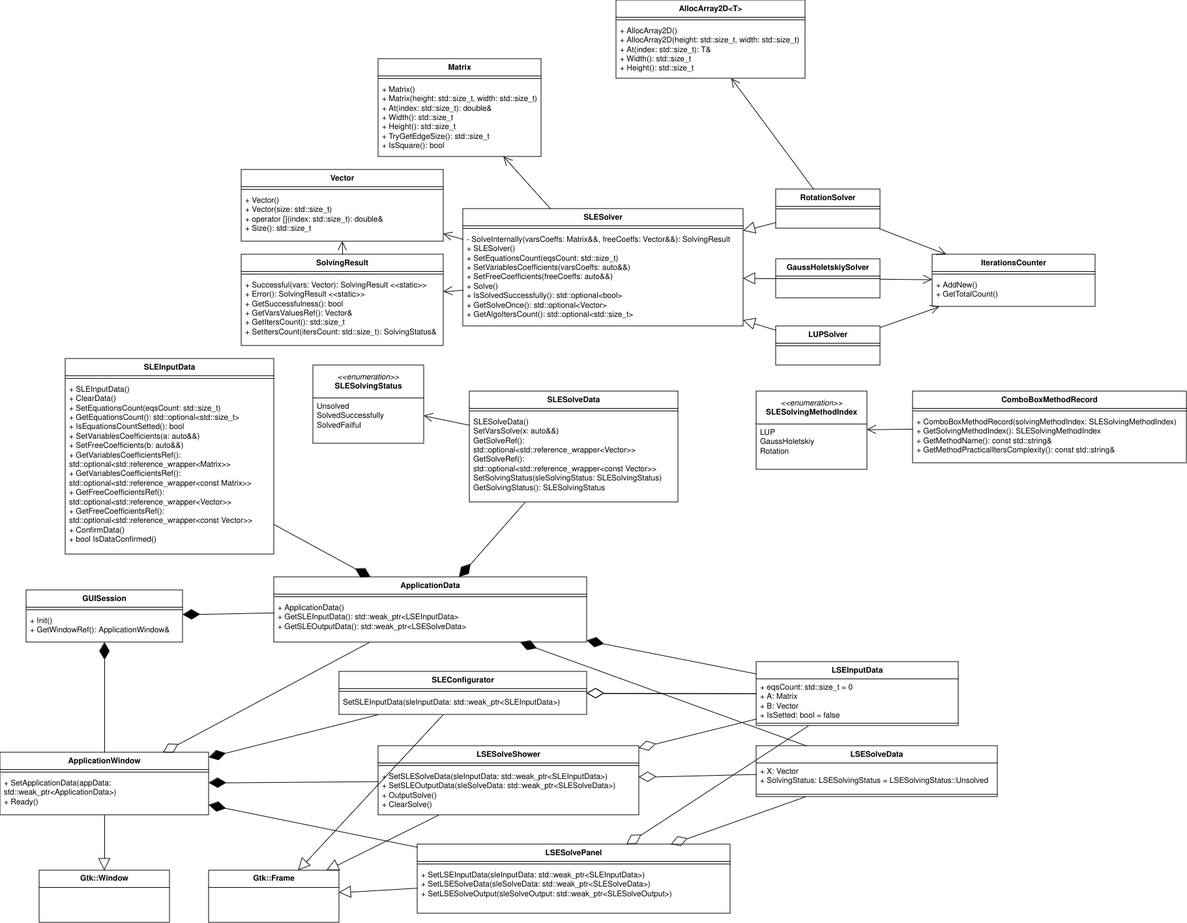
Earlier version of the draw.io export Documents/4 ОПИС ПРОГРАМНОГО ЗАБЕЗПЕЧЕННЯ/4-ClassDiagram.png (adamenko-arsen/SLE-Accurate-Solver). Source tidied: cells renumbered, new cells last; positions are measured from the earlier drawing's top-left corner, leaving out a move shared by most shapes.
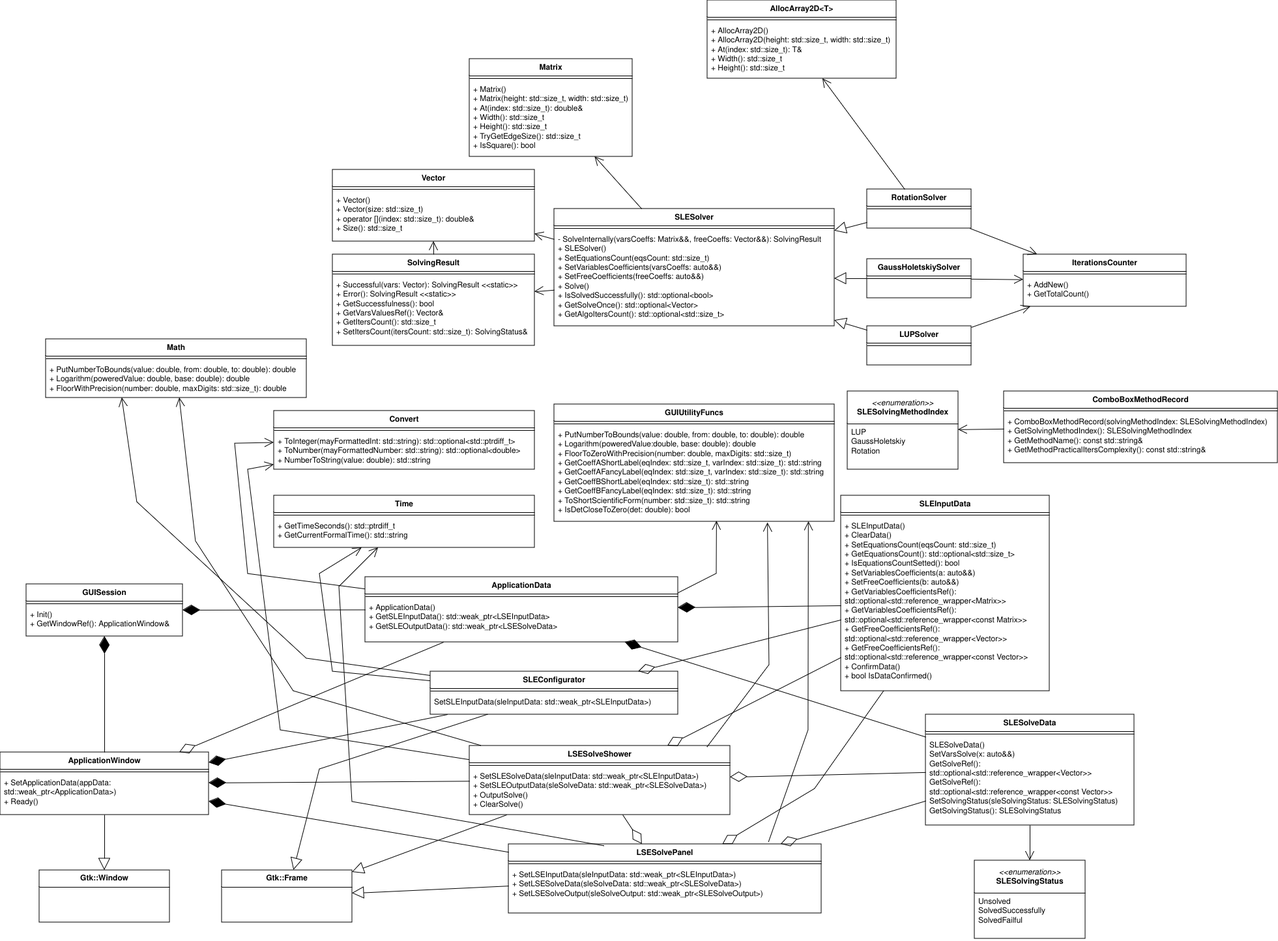
The same diagram one commit later.

Change to the diagram source:
```diff
@@ -99,7 +99,7 @@
       <mxGeometry relative="1" as="geometry" />
     </mxCell>
     <mxCell id="34" value="GUISession" style="swimlane;fontStyle=1;align=center;verticalAlign=top;horizontal=1;startSize=26;whiteSpace=wrap;html=1;" parent="1" vertex="1">
-      <mxGeometry x="40" y="905" width="240" height="80" as="geometry" />
+      <mxGeometry x="-100" y="896" width="240" height="80" as="geometry" />
     </mxCell>
     <mxCell id="35" style="line;strokeWidth=1;fillColor=none;align=left;verticalAlign=middle;spacingTop=-1;spacingLeft=3;spacingRight=3;labelPosition=right;strokeColor=inherit;" parent="34" vertex="1">
       <mxGeometry y="26" width="240" height="8" as="geometry" />
@@ -107,24 +107,6 @@
     <mxCell id="36" value="&lt;div&gt;+ Init()&lt;/div&gt;&lt;div&gt;+ GetWindowRef(): ApplicationWindow&amp;amp;&lt;br&gt;&lt;/div&gt;" style="text;strokeColor=none;fillColor=none;align=left;verticalAlign=top;spacingLeft=4;spacingRight=4;overflow=hidden;whiteSpace=wrap;html=1;" parent="34" vertex="1">
       <mxGeometry y="34" width="240" height="46" as="geometry" />
     </mxCell>
-    <mxCell id="37" value="LSEInputData" style="swimlane;fontStyle=1;align=center;verticalAlign=top;horizontal=1;startSize=26;whiteSpace=wrap;html=1;" parent="1" vertex="1">
-      <mxGeometry x="1160" y="1015" width="310" height="98" as="geometry" />
-    </mxCell>
-    <mxCell id="38" value="&lt;div&gt;+ eqsCount:&amp;nbsp;std::size_t = 0&lt;/div&gt;&lt;div&gt;+ A: Matrix&lt;/div&gt;&lt;div&gt;+ B: Vector&lt;/div&gt;&lt;div&gt;+ IsSetted: bool = false&lt;br&gt;&lt;/div&gt;" style="text;strokeColor=none;fillColor=none;align=left;verticalAlign=top;spacingLeft=4;spacingRight=4;overflow=hidden;whiteSpace=wrap;html=1;" parent="37" vertex="1">
-      <mxGeometry y="26" width="310" height="64" as="geometry" />
-    </mxCell>
-    <mxCell id="39" style="line;strokeWidth=1;fillColor=none;align=left;verticalAlign=middle;spacingTop=-1;spacingLeft=3;spacingRight=3;labelPosition=right;strokeColor=inherit;" parent="37" vertex="1">
-      <mxGeometry y="90" width="310" height="8" as="geometry" />
-    </mxCell>
-    <mxCell id="40" value="LSESolveData" style="swimlane;fontStyle=1;align=center;verticalAlign=top;horizontal=1;startSize=26;whiteSpace=wrap;html=1;" parent="1" vertex="1">
-      <mxGeometry x="1160" y="1144" width="370" height="78" as="geometry" />
-    </mxCell>
-    <mxCell id="41" value="&lt;div&gt;+ X: Vector&lt;/div&gt;&lt;div&gt;+ SolvingStatus: LSESolvingStatus = LSESolvingStatus::Unsolved&lt;/div&gt;" style="text;strokeColor=none;fillColor=none;align=left;verticalAlign=top;spacingLeft=4;spacingRight=4;overflow=hidden;whiteSpace=wrap;html=1;" parent="40" vertex="1">
-      <mxGeometry y="26" width="370" height="44" as="geometry" />
-    </mxCell>
-    <mxCell id="42" style="line;strokeWidth=1;fillColor=none;align=left;verticalAlign=middle;spacingTop=-1;spacingLeft=3;spacingRight=3;labelPosition=right;strokeColor=inherit;" parent="40" vertex="1">
-      <mxGeometry y="70" width="370" height="8" as="geometry" />
-    </mxCell>
     <mxCell id="43" value="ApplicationData" style="swimlane;fontStyle=1;align=center;verticalAlign=top;horizontal=1;startSize=26;whiteSpace=wrap;html=1;" parent="1" vertex="1">
       <mxGeometry x="420" y="885" width="480" height="100" as="geometry" />
     </mxCell>
@@ -162,7 +144,7 @@
       <mxGeometry y="34" width="480" height="72" as="geometry" />
     </mxCell>
     <mxCell id="55" value="ApplicationWindow" style="swimlane;fontStyle=1;align=center;verticalAlign=top;horizontal=1;startSize=26;whiteSpace=wrap;html=1;" parent="1" vertex="1">
-      <mxGeometry y="1154" width="320" height="96" as="geometry" />
+      <mxGeometry x="-140" y="1154" width="320" height="96" as="geometry" />
     </mxCell>
     <mxCell id="56" style="line;strokeWidth=1;fillColor=none;align=left;verticalAlign=middle;spacingTop=-1;spacingLeft=3;spacingRight=3;labelPosition=right;strokeColor=inherit;" parent="55" vertex="1">
       <mxGeometry y="26" width="320" height="8" as="geometry" />
@@ -171,10 +153,10 @@
       <mxGeometry y="34" width="320" height="62" as="geometry" />
     </mxCell>
     <mxCell id="58" value="&lt;b&gt;Gtk::Frame&lt;/b&gt;" style="swimlane;fontStyle=0;horizontal=1;startSize=26;fillColor=none;whiteSpace=wrap;html=1;" parent="1" vertex="1">
-      <mxGeometry x="320" y="1335" width="200" height="80" as="geometry" />
+      <mxGeometry x="200" y="1335" width="200" height="80" as="geometry" />
     </mxCell>
     <mxCell id="59" value="&lt;b&gt;Gtk::Window&lt;/b&gt;" style="swimlane;fontStyle=0;horizontal=1;startSize=26;fillColor=none;whiteSpace=wrap;html=1;" parent="1" vertex="1">
-      <mxGeometry x="60" y="1335" width="200" height="80" as="geometry" />
+      <mxGeometry x="-80" y="1335" width="200" height="80" as="geometry" />
     </mxCell>
     <mxCell id="60" style="endArrow=diamondThin;endFill=1;endSize=24;html=1;rounded=0;" parent="1" edge="1" source="46" target="55">
       <mxGeometry relative="1" as="geometry" />
@@ -195,35 +177,15 @@
       <mxGeometry relative="1" as="geometry" />
     </mxCell>
     <mxCell id="66" style="endArrow=block;endSize=16;endFill=0;html=1;rounded=0;" parent="1" edge="1" source="46" target="58">
-      <mxGeometry relative="1" as="geometry" />
+      <mxGeometry relative="1" as="geometry">
+        <Array as="points">
+          <mxPoint x="350" y="1180" />
+        </Array>
+      </mxGeometry>
     </mxCell>
     <mxCell id="67" style="endArrow=diamondThin;endFill=0;endSize=24;html=1;rounded=0;" parent="1" edge="1" source="43" target="55">
       <mxGeometry relative="1" as="geometry" />
     </mxCell>
-    <mxCell id="68" style="endArrow=diamondThin;endFill=1;endSize=24;html=1;rounded=0;" parent="1" edge="1" source="37" target="43">
-      <mxGeometry relative="1" as="geometry" />
-    </mxCell>
-    <mxCell id="69" style="endArrow=diamondThin;endFill=1;endSize=24;html=1;rounded=0;" parent="1" edge="1" source="40" target="43">
-      <mxGeometry relative="1" as="geometry" />
-    </mxCell>
-    <mxCell id="70" style="endArrow=diamondThin;endFill=0;endSize=24;html=1;rounded=0;" parent="1" edge="1" source="37" target="46">
-      <mxGeometry relative="1" as="geometry" />
-    </mxCell>
-    <mxCell id="71" style="endArrow=diamondThin;endFill=0;endSize=24;html=1;rounded=0;" parent="1" edge="1" source="40" target="49">
-      <mxGeometry relative="1" as="geometry" />
-    </mxCell>
-    <mxCell id="72" style="endArrow=diamondThin;endFill=0;endSize=24;html=1;rounded=0;" parent="1" edge="1" source="37" target="46">
-      <mxGeometry relative="1" as="geometry" />
-    </mxCell>
-    <mxCell id="73" style="endArrow=diamondThin;endFill=0;endSize=24;html=1;rounded=0;" parent="1" edge="1" source="40" target="52">
-      <mxGeometry relative="1" as="geometry" />
-    </mxCell>
-    <mxCell id="74" style="endArrow=diamondThin;endFill=0;endSize=24;html=1;rounded=0;" parent="1" edge="1" source="37" target="49">
-      <mxGeometry relative="1" as="geometry" />
-    </mxCell>
-    <mxCell id="75" style="endArrow=diamondThin;endFill=0;endSize=24;html=1;rounded=0;" parent="1" edge="1" source="37" target="52">
-      <mxGeometry relative="1" as="geometry" />
-    </mxCell>
     <mxCell id="76" style="endArrow=diamondThin;endFill=1;endSize=24;html=1;rounded=0;" parent="1" edge="1" source="43" target="34">
       <mxGeometry relative="1" as="geometry" />
     </mxCell>
@@ -267,7 +229,7 @@
       <mxGeometry relative="1" as="geometry" />
     </mxCell>
     <mxCell id="90" value="SLEInputData" style="swimlane;fontStyle=1;align=center;verticalAlign=top;horizontal=1;startSize=26;whiteSpace=wrap;html=1;" parent="1" vertex="1">
-      <mxGeometry x="100" y="550" width="320" height="300" as="geometry" />
+      <mxGeometry x="1150" y="760" width="320" height="300" as="geometry" />
     </mxCell>
     <mxCell id="91" style="line;strokeWidth=1;fillColor=none;align=left;verticalAlign=middle;spacingTop=-1;spacingLeft=3;spacingRight=3;labelPosition=right;strokeColor=inherit;" parent="90" vertex="1">
       <mxGeometry y="26" width="320" height="8" as="geometry" />
@@ -279,13 +241,13 @@
       <mxGeometry relative="1" as="geometry" />
     </mxCell>
     <mxCell id="94" value="&lt;div&gt;&lt;i&gt;&amp;lt;&amp;lt;enumeration&amp;gt;&amp;gt;&lt;/i&gt;&lt;br&gt;&lt;/div&gt;&lt;div&gt;&lt;b&gt;SLESolvingStatus&lt;/b&gt;&lt;/div&gt;" style="swimlane;fontStyle=0;horizontal=1;startSize=50;fillColor=none;whiteSpace=wrap;html=1;" parent="1" vertex="1">
-      <mxGeometry x="480" y="560" width="170" height="120" as="geometry" />
+      <mxGeometry x="1355" y="1320" width="170" height="120" as="geometry" />
     </mxCell>
     <mxCell id="95" value="&lt;div&gt;Unsolved&lt;/div&gt;&lt;div&gt;SolvedSuccessfully&lt;/div&gt;&lt;div&gt;SolvedFailful&lt;br&gt;&lt;/div&gt;" style="text;strokeColor=none;fillColor=none;align=left;verticalAlign=top;spacingLeft=4;spacingRight=4;overflow=hidden;whiteSpace=wrap;html=1;" parent="94" vertex="1">
       <mxGeometry y="50" width="170" height="70" as="geometry" />
     </mxCell>
     <mxCell id="96" value="SLESolveData" style="swimlane;fontStyle=1;align=center;verticalAlign=top;horizontal=1;startSize=26;whiteSpace=wrap;html=1;" parent="1" vertex="1">
-      <mxGeometry x="720" y="600" width="320" height="170" as="geometry" />
+      <mxGeometry x="1280" y="1096" width="320" height="170" as="geometry" />
     </mxCell>
     <mxCell id="97" style="line;strokeWidth=1;fillColor=none;align=left;verticalAlign=middle;spacingTop=-1;spacingLeft=3;spacingRight=3;labelPosition=right;strokeColor=inherit;" parent="96" vertex="1">
       <mxGeometry y="26" width="320" height="8" as="geometry" />
@@ -299,5 +261,132 @@
     <mxCell id="100" style="endArrow=open;endFill=1;endSize=12;html=1;rounded=0;" parent="1" edge="1" source="96" target="94">
       <mxGeometry relative="1" as="geometry" />
     </mxCell>
+    <mxCell id="101" style="endArrow=diamondThin;endFill=0;endSize=24;html=1;rounded=0;" parent="1" edge="1" source="96" target="52">
+      <mxGeometry relative="1" as="geometry" />
+    </mxCell>
+    <mxCell id="102" style="endArrow=diamondThin;endFill=0;endSize=24;html=1;rounded=0;" parent="1" edge="1" source="96" target="49">
+      <mxGeometry relative="1" as="geometry" />
+    </mxCell>
+    <mxCell id="103" style="endArrow=diamondThin;endFill=0;endSize=24;html=1;rounded=0;" parent="1" edge="1" source="49" target="52">
+      <mxGeometry relative="1" as="geometry" />
+    </mxCell>
+    <mxCell id="104" style="endArrow=diamondThin;endFill=0;endSize=24;html=1;rounded=0;" parent="1" edge="1" source="90" target="46">
+      <mxGeometry relative="1" as="geometry" />
+    </mxCell>
+    <mxCell id="105" style="endArrow=diamondThin;endFill=0;endSize=24;html=1;rounded=0;" parent="1" edge="1" source="92" target="49">
+      <mxGeometry relative="1" as="geometry" />
+    </mxCell>
+    <mxCell id="106" style="endArrow=diamondThin;endFill=0;endSize=24;html=1;rounded=0;" parent="1" edge="1" source="92" target="52">
+      <mxGeometry relative="1" as="geometry">
+        <Array as="points">
+          <mxPoint x="1110" y="1210" />
+        </Array>
+      </mxGeometry>
+    </mxCell>
+    <mxCell id="107" value="GUIUtilityFuncs" style="swimlane;fontStyle=1;align=center;verticalAlign=top;horizontal=1;startSize=26;whiteSpace=wrap;html=1;" parent="1" vertex="1">
+      <mxGeometry x="710" y="620" width="430" height="180" as="geometry" />
+    </mxCell>
+    <mxCell id="108" style="line;strokeWidth=1;fillColor=none;align=left;verticalAlign=middle;spacingTop=-1;spacingLeft=3;spacingRight=3;labelPosition=right;strokeColor=inherit;" parent="107" vertex="1">
+      <mxGeometry y="26" width="430" height="8" as="geometry" />
+    </mxCell>
+    <mxCell id="109" value="+ PutNumberToBounds(value: double, from: double, to: double): double&lt;div&gt;+ Logarithm(poweredValue:double, base: double): double&lt;/div&gt;&lt;div&gt;+ FloorToZeroWithPrecision(number: double, maxDigits: std::size_t)&lt;/div&gt;&lt;div&gt;+ GetCoeffAShortLabel(eqIndex: std::size_t, varIndex: std::size_t): std::string&lt;/div&gt;&lt;div&gt;+ GetCoeffAFancyLabel(eqIndex: std::size_t,&amp;nbsp;varIndex: std::size_t): std::string&lt;/div&gt;&lt;div&gt;&lt;div&gt;+ GetCoeffBShortLabel(eqIndex: std::size_t): std::string&lt;/div&gt;&lt;div&gt;+ GetCoeffBFancyLabel(eqIndex: std::size_t): std::string&lt;/div&gt;&lt;div&gt;+ ToShortScientificForm(number: std::size_t): std::string&lt;/div&gt;&lt;div&gt;+ IsDetCloseToZero(det: double): bool&lt;/div&gt;&lt;/div&gt;" style="text;strokeColor=none;fillColor=none;align=left;verticalAlign=top;spacingLeft=4;spacingRight=4;overflow=hidden;points=[[0,0.5],[1,0.5]];portConstraint=eastwest;whiteSpace=wrap;html=1;" parent="107" vertex="1">
+      <mxGeometry y="34" width="430" height="146" as="geometry" />
+    </mxCell>
+    <mxCell id="110" style="endArrow=open;endFill=1;endSize=12;html=1;rounded=0;exitX=0.832;exitY=-0.03;exitDx=0;exitDy=0;exitPerimeter=0;entryX=0.908;entryY=1;entryDx=0;entryDy=0;entryPerimeter=0;" parent="1" edge="1" source="52" target="109">
+      <mxGeometry relative="1" as="geometry">
+        <Array as="points">
+          <mxPoint x="1100" y="1120" />
+        </Array>
+      </mxGeometry>
+    </mxCell>
+    <mxCell id="111" style="endArrow=open;endFill=1;endSize=12;html=1;rounded=0;exitX=0.912;exitY=0.022;exitDx=0;exitDy=0;exitPerimeter=0;entryX=0.762;entryY=1.012;entryDx=0;entryDy=0;entryPerimeter=0;" parent="1" edge="1" source="49" target="109">
+      <mxGeometry relative="1" as="geometry">
+        <Array as="points">
+          <mxPoint x="1040" y="1020" />
+        </Array>
+      </mxGeometry>
+    </mxCell>
+    <mxCell id="112" style="endArrow=open;endFill=1;endSize=12;html=1;rounded=0;exitX=1;exitY=0.25;exitDx=0;exitDy=0;entryX=0.58;entryY=0.994;entryDx=0;entryDy=0;entryPerimeter=0;" parent="1" edge="1" source="43" target="109">
+      <mxGeometry relative="1" as="geometry">
+        <Array as="points">
+          <mxPoint x="959" y="880" />
+        </Array>
+      </mxGeometry>
+    </mxCell>
+    <mxCell id="113" value="Convert" style="swimlane;fontStyle=1;align=center;verticalAlign=top;horizontal=1;startSize=26;whiteSpace=wrap;html=1;" parent="1" vertex="1">
+      <mxGeometry x="280" y="630" width="400" height="90" as="geometry" />
+    </mxCell>
+    <mxCell id="114" style="line;strokeWidth=1;fillColor=none;align=left;verticalAlign=middle;spacingTop=-1;spacingLeft=3;spacingRight=3;labelPosition=right;strokeColor=inherit;" parent="113" vertex="1">
+      <mxGeometry y="26" width="400" height="8" as="geometry" />
+    </mxCell>
+    <mxCell id="115" value="&lt;div&gt;+ ToInteger(mayFormattedInt: std::string): std::optional&amp;lt;std::ptrdiff_t&amp;gt;&lt;/div&gt;&lt;div&gt;+ ToNumber(mayFormattedNumber: std::string): std::optional&amp;lt;double&amp;gt;&lt;/div&gt;&lt;div&gt;+ NumberToString(value: double): std::string&lt;/div&gt;" style="text;strokeColor=none;fillColor=none;align=left;verticalAlign=top;spacingLeft=4;spacingRight=4;overflow=hidden;whiteSpace=wrap;html=1;" parent="113" vertex="1">
+      <mxGeometry y="34" width="400" height="56" as="geometry" />
+    </mxCell>
+    <mxCell id="116" value="Time" style="swimlane;fontStyle=1;align=center;verticalAlign=top;horizontal=1;startSize=26;whiteSpace=wrap;html=1;" parent="1" vertex="1">
+      <mxGeometry x="280" y="760" width="400" height="80" as="geometry" />
+    </mxCell>
+    <mxCell id="117" style="line;strokeWidth=1;fillColor=none;align=left;verticalAlign=middle;spacingTop=-1;spacingLeft=3;spacingRight=3;labelPosition=right;strokeColor=inherit;" parent="116" vertex="1">
+      <mxGeometry y="26" width="400" height="8" as="geometry" />
+    </mxCell>
+    <mxCell id="118" value="&lt;div&gt;+ GetTimeSeconds(): std::ptrdiff_t&lt;/div&gt;&lt;div&gt;+ GetCurrentFormalTime(): std::string&lt;/div&gt;" style="text;strokeColor=none;fillColor=none;align=left;verticalAlign=top;spacingLeft=4;spacingRight=4;overflow=hidden;whiteSpace=wrap;html=1;" parent="116" vertex="1">
+      <mxGeometry y="34" width="400" height="46" as="geometry" />
+    </mxCell>
+    <mxCell id="119" style="endArrow=open;endFill=1;endSize=12;html=1;rounded=0;" parent="1" edge="1" source="46" target="116">
+      <mxGeometry relative="1" as="geometry">
+        <Array as="points">
+          <mxPoint x="370" y="1030" />
+          <mxPoint x="350" y="880" />
+        </Array>
+      </mxGeometry>
+    </mxCell>
+    <mxCell id="120" style="endArrow=open;endFill=1;endSize=12;html=1;rounded=0;exitX=0.306;exitY=0.028;exitDx=0;exitDy=0;exitPerimeter=0;" parent="1" edge="1" source="52" target="116">
+      <mxGeometry relative="1" as="geometry">
+        <Array as="points">
+          <mxPoint x="400" y="1230" />
+          <mxPoint x="380" y="900" />
+        </Array>
+      </mxGeometry>
+    </mxCell>
+    <mxCell id="121" style="endArrow=open;endFill=1;endSize=12;html=1;rounded=0;" parent="1" edge="1" source="43" target="113">
+      <mxGeometry relative="1" as="geometry">
+        <Array as="points">
+          <mxPoint x="240" y="880" />
+          <mxPoint x="220" y="680" />
+        </Array>
+      </mxGeometry>
+    </mxCell>
+    <mxCell id="122" style="endArrow=open;endFill=1;endSize=12;html=1;rounded=0;" parent="1" edge="1" source="49" target="113">
+      <mxGeometry relative="1" as="geometry">
+        <Array as="points">
+          <mxPoint x="290" y="1120" />
+          <mxPoint x="240" y="720" />
+        </Array>
+      </mxGeometry>
+    </mxCell>
+    <mxCell id="123" value="Math" style="swimlane;fontStyle=1;align=center;verticalAlign=top;horizontal=1;startSize=26;whiteSpace=wrap;html=1;" parent="1" vertex="1">
+      <mxGeometry x="-70" y="520" width="400" height="90" as="geometry" />
+    </mxCell>
+    <mxCell id="124" style="line;strokeWidth=1;fillColor=none;align=left;verticalAlign=middle;spacingTop=-1;spacingLeft=3;spacingRight=3;labelPosition=right;strokeColor=inherit;" parent="123" vertex="1">
+      <mxGeometry y="26" width="400" height="8" as="geometry" />
+    </mxCell>
+    <mxCell id="125" value="&lt;div&gt;+ PutNumberToBounds(value: double, from: double, to: double): double&lt;/div&gt;&lt;div&gt;+ Logarithm(poweredValue: double, base: double): double&lt;/div&gt;&lt;div&gt;+ FloorWithPrecision(number: double, maxDigits: std::size_t): double&lt;br&gt;&lt;/div&gt;" style="text;strokeColor=none;fillColor=none;align=left;verticalAlign=top;spacingLeft=4;spacingRight=4;overflow=hidden;points=[[0,0.5],[1,0.5]];portConstraint=eastwest;whiteSpace=wrap;html=1;" parent="123" vertex="1">
+      <mxGeometry y="34" width="400" height="56" as="geometry" />
+    </mxCell>
+    <mxCell id="126" style="endArrow=open;endFill=1;endSize=12;html=1;rounded=0;" parent="1" edge="1" source="49" target="123">
+      <mxGeometry relative="1" as="geometry">
+        <Array as="points">
+          <mxPoint x="310" y="1060" />
+          <mxPoint x="160" y="830" />
+        </Array>
+      </mxGeometry>
+    </mxCell>
+    <mxCell id="127" style="endArrow=open;endFill=1;endSize=12;html=1;rounded=0;entryX=0.292;entryY=0.996;entryDx=0;entryDy=0;entryPerimeter=0;" parent="1" edge="1" source="46" target="125">
+      <mxGeometry relative="1" as="geometry">
+        <Array as="points">
+          <mxPoint x="330" y="1010" />
+          <mxPoint x="70" y="770" />
+        </Array>
+      </mxGeometry>
+    </mxCell>
   </root>
 </mxGraphModel>
```
